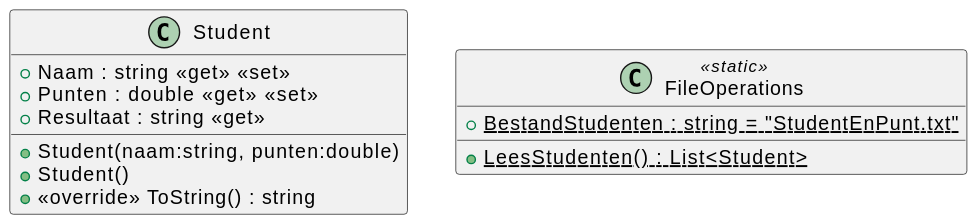
it-graduaten/template-csharp-ooprogramming-permanente-evaluatie keeps this PlantUML diagram as 06/06_00/svg/Overview.svg. Above is the earlier version. Source of this version:
```plantuml
@startuml
!include Student.puml
!include FileOperations.puml
@enduml
```
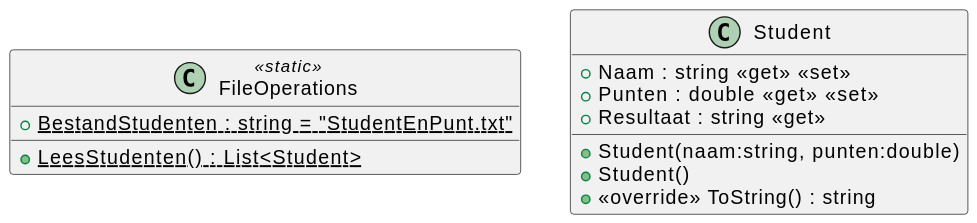
Above is the later version.

Change to the diagram source:
```diff
@@ -1,4 +1,4 @@
 @startuml
+!include FileOperations.puml
 !include Student.puml
-!include FileOperations.puml
 @enduml
```
